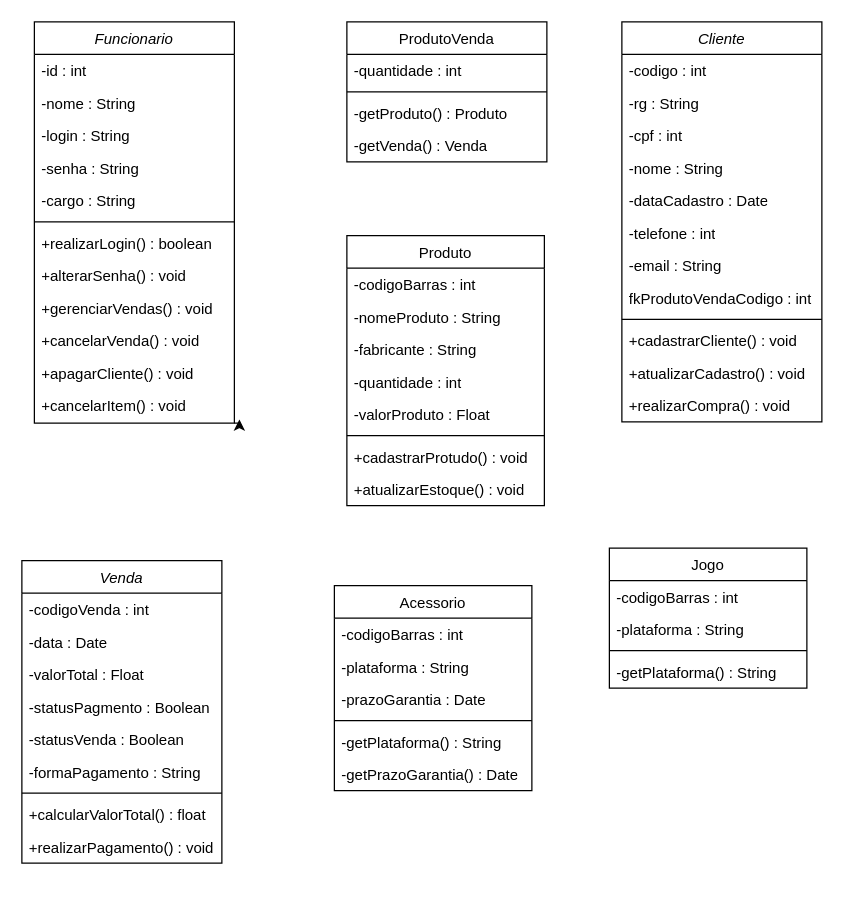
Earlier version of the draw.io diagram diagrama_loja_geek_pim_vi.drawio (matheusbatista1/class_diagram_loja_geek). Source tidied: cells renumbered, new cells numbered last; positions are measured from the earlier drawing's top-left corner, leaving out a move shared by most shapes. Both pictures are drawn from the tidied source at 125%, with x=0, y=0 at pixel (21, 21).
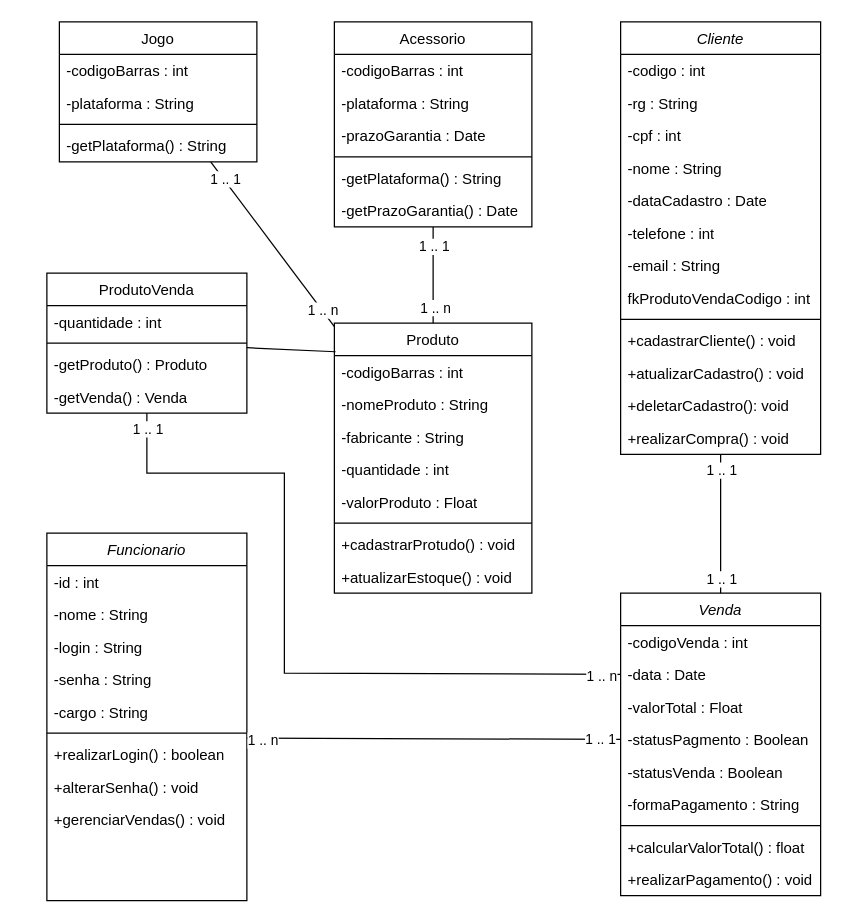
After the change.

Unchanged cells that the change refers to:
```xml
<mxCell id="8" style="line;html=1;strokeWidth=1;align=left;verticalAlign=middle;spacingTop=-1;spacingLeft=3;spacingRight=3;labelPosition=right;points=[];portConstraint=eastwest;" parent="2" vertex="1">
  <mxGeometry y="156" width="160" height="8" as="geometry" />
</mxCell>
<mxCell id="36" value="-data : Date" style="text;align=left;verticalAlign=top;spacingLeft=4;spacingRight=4;overflow=hidden;points=[[0,0.5],[1,0.5]];portConstraint=eastwest;rounded=0;shadow=0;html=0;" parent="34" vertex="1">
  <mxGeometry y="52" width="160" height="26" as="geometry" />
</mxCell>
<mxCell id="38" value="-statusPagmento : Boolean" style="text;strokeColor=none;fillColor=none;align=left;verticalAlign=top;spacingLeft=4;spacingRight=4;overflow=hidden;points=[[0,0.5],[1,0.5]];portConstraint=eastwest;whiteSpace=wrap;html=1;" parent="34" vertex="1">
  <mxGeometry y="104" width="160" height="26" as="geometry" />
</mxCell>
```

What changed in the source:
```diff
@@
     <mxCell id="2" value="Funcionario" style="swimlane;fontStyle=2;align=center;verticalAlign=top;horizontal=1;startSize=26;rounded=0;shadow=0;strokeWidth=1;" parent="1" vertex="1">
-      <mxGeometry x="10" width="160" height="321" as="geometry" />
+      <mxGeometry x="20" y="409" width="160" height="294" as="geometry" />
     </mxCell>
@@
-    <mxCell id="12" value="+cancelarVenda() : void" style="text;strokeColor=none;fillColor=none;align=left;verticalAlign=top;spacingLeft=4;spacingRight=4;overflow=hidden;whiteSpace=wrap;html=1;" parent="2" vertex="1">
-      <mxGeometry y="242" width="160" height="26" as="geometry" />
-    </mxCell>
-    <mxCell id="13" value="+apagarCliente() : void" style="text;strokeColor=none;fillColor=none;align=left;verticalAlign=top;spacingLeft=4;spacingRight=4;overflow=hidden;whiteSpace=wrap;html=1;" parent="2" vertex="1">
-      <mxGeometry y="268" width="160" height="26" as="geometry" />
-    </mxCell>
-    <mxCell id="14" value="+cancelarItem() : void" style="text;strokeColor=none;fillColor=none;align=left;verticalAlign=top;spacingLeft=4;spacingRight=4;overflow=hidden;points=[[0,0.5],[1,0.5]];portConstraint=eastwest;whiteSpace=wrap;html=1;" parent="2" vertex="1">
-      <mxGeometry y="294" width="160" height="26" as="geometry" />
-    </mxCell>
-    <mxCell id="15" style="edgeStyle=orthogonalEdgeStyle;rounded=0;jettySize=auto;html=1;exitX=1;exitY=1;exitDx=0;exitDy=0;entryX=1.025;entryY=0.923;entryDx=0;entryDy=0;entryPerimeter=0;" parent="2" edge="1" source="2" target="14">
-      <mxGeometry relative="1" as="geometry" />
-    </mxCell>
     <mxCell id="16" value="ProdutoVenda" style="swimlane;fontStyle=0;align=center;verticalAlign=top;horizontal=1;startSize=26;rounded=0;shadow=0;strokeWidth=1;" parent="1" vertex="1">
-      <mxGeometry x="260" width="160" height="112" as="geometry" />
+      <mxGeometry x="20" y="201" width="160" height="112" as="geometry" />
     </mxCell>
@@
     <mxCell id="21" value="Cliente" style="swimlane;fontStyle=2;align=center;verticalAlign=top;horizontal=1;startSize=26;rounded=0;shadow=0;strokeWidth=1;" parent="1" vertex="1">
-      <mxGeometry x="480" width="160" height="320" as="geometry" />
+      <mxGeometry x="479" width="160" height="346" as="geometry" />
     </mxCell>
@@
+    <mxCell id="65" value="+deletarCadastro(): void" style="text;strokeColor=none;fillColor=none;align=left;verticalAlign=top;spacingLeft=4;spacingRight=4;overflow=hidden;whiteSpace=wrap;html=1;" parent="21" vertex="1">
+      <mxGeometry y="294" width="160" height="26" as="geometry" />
+    </mxCell>
     <mxCell id="33" value="+realizarCompra() : void" style="text;strokeColor=none;fillColor=none;align=left;verticalAlign=top;spacingLeft=4;spacingRight=4;overflow=hidden;whiteSpace=wrap;html=1;" parent="21" vertex="1">
-      <mxGeometry y="294" width="160" height="26" as="geometry" />
+      <mxGeometry y="320" width="160" height="26" as="geometry" />
     </mxCell>
     <mxCell id="34" value="Venda" style="swimlane;fontStyle=2;align=center;verticalAlign=top;horizontal=1;startSize=26;rounded=0;shadow=0;strokeWidth=1;" parent="1" vertex="1">
-      <mxGeometry y="431" width="160" height="242" as="geometry" />
+      <mxGeometry x="479" y="457" width="160" height="242" as="geometry" />
     </mxCell>
@@
     <mxCell id="44" value="Produto" style="swimlane;fontStyle=0;align=center;verticalAlign=top;horizontal=1;startSize=26;rounded=0;shadow=0;strokeWidth=1;" parent="1" vertex="1">
-      <mxGeometry x="260" y="171" width="158" height="216" as="geometry" />
+      <mxGeometry x="250" y="241" width="158" height="216" as="geometry" />
     </mxCell>
@@
     <mxCell id="53" value="Jogo" style="swimlane;fontStyle=0;align=center;verticalAlign=top;horizontal=1;startSize=26;rounded=0;shadow=0;strokeWidth=1;" parent="1" vertex="1">
-      <mxGeometry x="470" y="421" width="158" height="112" as="geometry" />
+      <mxGeometry x="30" width="158" height="112" as="geometry" />
     </mxCell>
@@
     <mxCell id="58" value="Acessorio" style="swimlane;fontStyle=0;align=center;verticalAlign=top;horizontal=1;startSize=26;rounded=0;shadow=0;strokeWidth=1;" parent="1" vertex="1">
-      <mxGeometry x="250" y="451" width="158" height="164" as="geometry" />
+      <mxGeometry x="250" width="158" height="164" as="geometry" />
     </mxCell>
@@
+    <mxCell id="66" style="endArrow=none;html=1;rounded=0;" parent="1" edge="1" source="44" target="58">
+      <mxGeometry relative="1" as="geometry" />
+    </mxCell>
+    <mxCell id="67" value="1 .. 1" style="edgeLabel;html=1;align=center;verticalAlign=middle;" parent="66" vertex="1">
+      <mxGeometry x="0.61" relative="1" as="geometry" />
+    </mxCell>
+    <mxCell id="68" value="1 .. n" style="edgeLabel;html=1;align=center;verticalAlign=middle;" parent="66" vertex="1">
+      <mxGeometry x="-0.66" y="-1" relative="1" as="geometry" />
+    </mxCell>
+    <mxCell id="69" style="endArrow=none;html=1;rounded=0;" parent="1" edge="1" source="44" target="53">
+      <mxGeometry relative="1" as="geometry" />
+    </mxCell>
+    <mxCell id="70" value="1 .. 1" style="edgeLabel;html=1;align=center;verticalAlign=middle;" parent="69" vertex="1">
+      <mxGeometry x="0.79" y="-1" relative="1" as="geometry" />
+    </mxCell>
+    <mxCell id="71" value="1 .. n" style="edgeLabel;html=1;align=center;verticalAlign=middle;" parent="69" vertex="1">
+      <mxGeometry x="-0.8" relative="1" as="geometry" />
+    </mxCell>
+    <mxCell id="72" style="endArrow=none;html=1;rounded=0;exitX=0;exitY=0.5;exitDx=0;exitDy=0;" parent="1" edge="1" source="36" target="16">
+      <mxGeometry relative="1" as="geometry">
+        <Array as="points">
+          <mxPoint x="210" y="521" />
+          <mxPoint x="210" y="361" />
+          <mxPoint x="100" y="361" />
+        </Array>
+      </mxGeometry>
+    </mxCell>
+    <mxCell id="73" value="1 .. n" style="edgeLabel;html=1;align=center;verticalAlign=middle;" parent="72" vertex="1">
+      <mxGeometry x="-0.95" y="2" relative="1" as="geometry" />
+    </mxCell>
+    <mxCell id="74" value="1 .. 1" style="edgeLabel;html=1;align=center;verticalAlign=middle;" parent="72" vertex="1">
+      <mxGeometry x="0.96" relative="1" as="geometry" />
+    </mxCell>
+    <mxCell id="75" style="endArrow=none;html=1;rounded=0;exitX=0.006;exitY=0.106;exitDx=0;exitDy=0;exitPerimeter=0;" parent="1" edge="1" source="44" target="16">
+      <mxGeometry relative="1" as="geometry" />
+    </mxCell>
+    <mxCell id="76" style="endArrow=none;html=1;rounded=0;" parent="1" edge="1" source="34" target="21">
+      <mxGeometry relative="1" as="geometry" />
+    </mxCell>
+    <mxCell id="77" value="1 .. 1" style="edgeLabel;html=1;align=center;verticalAlign=middle;" parent="76" vertex="1">
+      <mxGeometry x="0.78" relative="1" as="geometry" />
+    </mxCell>
+    <mxCell id="78" value="1 .. 1" style="edgeLabel;html=1;align=center;verticalAlign=middle;" parent="76" vertex="1">
+      <mxGeometry x="-0.78" relative="1" as="geometry" />
+    </mxCell>
+    <mxCell id="79" style="endArrow=none;html=1;rounded=0;exitX=1;exitY=1;exitDx=0;exitDy=0;exitPerimeter=0;entryX=0;entryY=0.5;entryDx=0;entryDy=0;" parent="1" edge="1" source="8" target="38">
+      <mxGeometry relative="1" as="geometry" />
+    </mxCell>
+    <mxCell id="80" value="1 .. 1" style="edgeLabel;html=1;align=center;verticalAlign=middle;" parent="79" vertex="1">
+      <mxGeometry x="0.89" relative="1" as="geometry" />
+    </mxCell>
+    <mxCell id="81" value="1 .. n" style="edgeLabel;html=1;align=center;verticalAlign=middle;" parent="79" vertex="1">
+      <mxGeometry x="-0.91" y="-1" relative="1" as="geometry" />
+    </mxCell>
```
